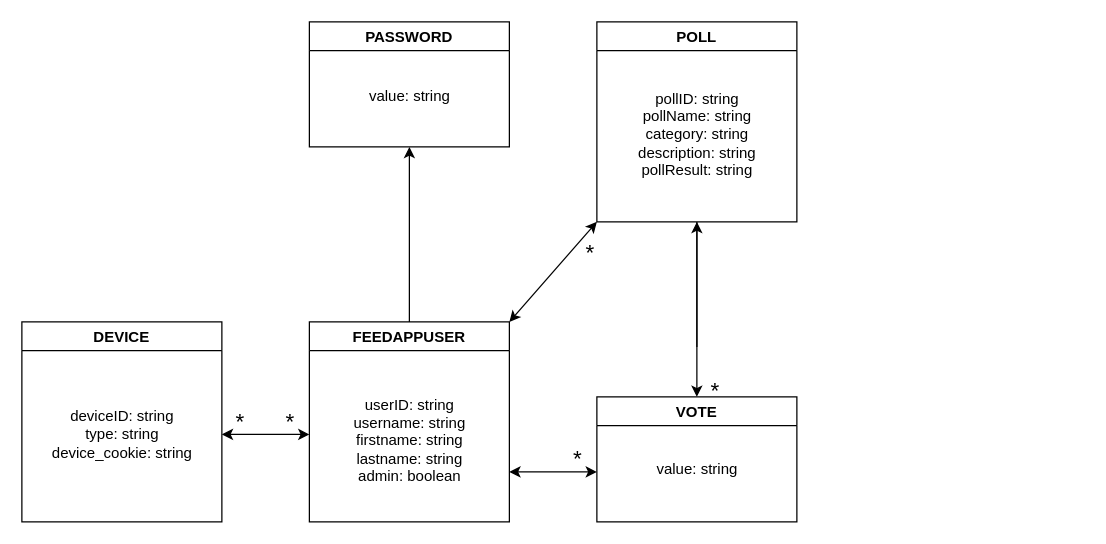
This is Assignments/AssignmentA/DomainModel/DomainModel.drawio from LisaEliassen/DAT250_Project, a draw.io file, before an edit. Source tidied: cells renumbered, new cells numbered last; positions are measured from the earlier drawing's top-left corner, leaving out a move shared by most shapes. Both pictures are drawn from the tidied source at 125%, with x=0, y=0 at pixel (21, 21).
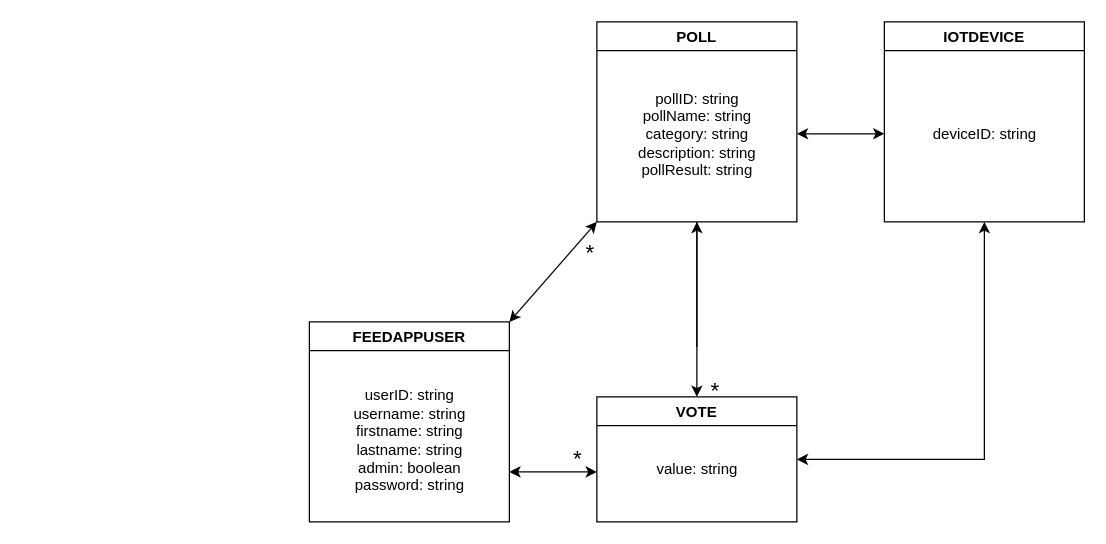
The same page after the edit.

Unchanged cells that the change refers to:
```xml
<mxCell id="2" value="FEEDAPPUSER" style="swimlane;" parent="1" vertex="1">
  <mxGeometry x="230" y="240" width="160" height="160" as="geometry" />
</mxCell>
<mxCell id="6" value="VOTE" style="swimlane;" parent="1" vertex="1">
  <mxGeometry x="460" y="300" width="160" height="100" as="geometry" />
</mxCell>
```

The edit, as a diff of the source:
```diff
@@
-    <mxCell id="3" value="userID: string&lt;br&gt;username: string&lt;br&gt;firstname: string&lt;br&gt;lastname: string&lt;br&gt;admin: boolean" style="text;html=1;align=center;verticalAlign=middle;strokeColor=none;fillColor=none;" parent="2" vertex="1">
-      <mxGeometry x="25" y="50" width="110" height="90" as="geometry" />
+    <mxCell id="3" value="userID: string&lt;br&gt;username: string&lt;br&gt;firstname: string&lt;br&gt;lastname: string&lt;br&gt;admin: boolean&lt;br&gt;password: string" style="text;html=1;align=center;verticalAlign=middle;strokeColor=none;fillColor=none;" parent="2" vertex="1">
+      <mxGeometry x="25" y="45" width="110" height="100" as="geometry" />
     </mxCell>
@@
-    <mxCell id="11" value="PASSWORD" style="swimlane;" parent="1" vertex="1">
-      <mxGeometry x="230" width="160" height="100" as="geometry" />
-    </mxCell>
-    <mxCell id="12" value="value: string" style="text;html=1;align=center;verticalAlign=middle;strokeColor=none;fillColor=none;" parent="11" vertex="1">
-      <mxGeometry x="35" y="45" width="90" height="30" as="geometry" />
-    </mxCell>
-    <mxCell id="13" style="endArrow=classic;html=1;rounded=0;exitX=0.5;exitY=0;exitDx=0;exitDy=0;entryX=0.5;entryY=1;entryDx=0;entryDy=0;" parent="1" edge="1" source="2" target="11">
-      <mxGeometry relative="1" as="geometry" />
-    </mxCell>
@@
-    <mxCell id="18" value="DEVICE" style="swimlane;" parent="1" vertex="1">
-      <mxGeometry y="240" width="160" height="160" as="geometry" />
+    <mxCell id="18" value="IOTDEVICE" style="swimlane;" parent="1" vertex="1">
+      <mxGeometry x="690" width="160" height="160" as="geometry" />
     </mxCell>
-    <mxCell id="19" value="deviceID: string&lt;br&gt;type: string&lt;br&gt;device_cookie: string" style="text;html=1;align=center;verticalAlign=middle;strokeColor=none;fillColor=none;" parent="18" vertex="1">
-      <mxGeometry x="10" y="60" width="140" height="60" as="geometry" />
+    <mxCell id="19" value="deviceID: string&lt;br&gt;" style="text;html=1;align=center;verticalAlign=middle;strokeColor=none;fillColor=none;" parent="18" vertex="1">
+      <mxGeometry x="25" y="75" width="110" height="30" as="geometry" />
     </mxCell>
     <mxCell id="20" style="endArrow=classic;startArrow=classic;html=1;rounded=0;" parent="1" edge="1">
       <mxGeometry relative="1" as="geometry">
-        <mxPoint x="160" y="330" as="sourcePoint" />
-        <mxPoint x="230" y="330" as="targetPoint" />
+        <mxPoint x="620" y="89.5" as="sourcePoint" />
+        <mxPoint x="690" y="89.5" as="targetPoint" />
       </mxGeometry>
     </mxCell>
-    <mxCell id="21" value="&lt;font style=&quot;font-size: 18px;&quot;&gt;*&lt;/font&gt;" style="text;html=1;strokeColor=none;fillColor=none;align=center;verticalAlign=middle;whiteSpace=wrap;rounded=0;" parent="1" vertex="1">
-      <mxGeometry x="150" y="315" width="50" height="10" as="geometry" />
-    </mxCell>
-    <mxCell id="22" value="&lt;font style=&quot;font-size: 18px;&quot;&gt;*&lt;/font&gt;" style="text;html=1;strokeColor=none;fillColor=none;align=center;verticalAlign=middle;whiteSpace=wrap;rounded=0;" parent="1" vertex="1">
-      <mxGeometry x="210" y="295" width="10" height="50" as="geometry" />
-    </mxCell>
+    <mxCell id="23" style="endArrow=classic;startArrow=classic;html=1;rounded=0;exitX=0.5;exitY=1;exitDx=0;exitDy=0;entryX=1;entryY=0.5;entryDx=0;entryDy=0;" parent="1" edge="1" source="18" target="6">
+      <mxGeometry relative="1" as="geometry">
+        <Array as="points">
+          <mxPoint x="770" y="350" />
+        </Array>
+      </mxGeometry>
+    </mxCell>
```
